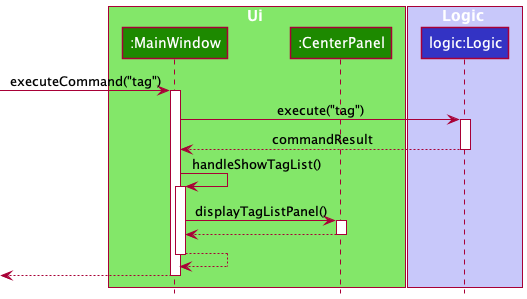
Before: docs/images/ViewTagSequenceDiagramUi.png, a diagram exported from PlantUML (nus-cs2103-AY2122S1/tp). Its diagram source:
```plantuml
@startuml
!include style.puml

box Ui UI_COLOR_T1
participant ":MainWindow" as MainWindow UI_COLOR
participant ":CenterPanel" as CenterPanel UI_COLOR
end box

box Logic LOGIC_COLOR_T1
participant "logic:Logic" as Logic LOGIC_COLOR
end box

[-> MainWindow : executeCommand("tag")
activate MainWindow

MainWindow -> Logic : execute("tag")
activate Logic

Logic --> MainWindow : commandResult
deactivate Logic

MainWindow -> MainWindow : handleShowTagList()
activate MainWindow

MainWindow -> CenterPanel : displayTagListPanel()
activate CenterPanel

CenterPanel --> MainWindow
deactivate CenterPanel

MainWindow --> MainWindow
deactivate MainWindow

[<-- MainWindow
deactivate MainWindow

@enduml
```
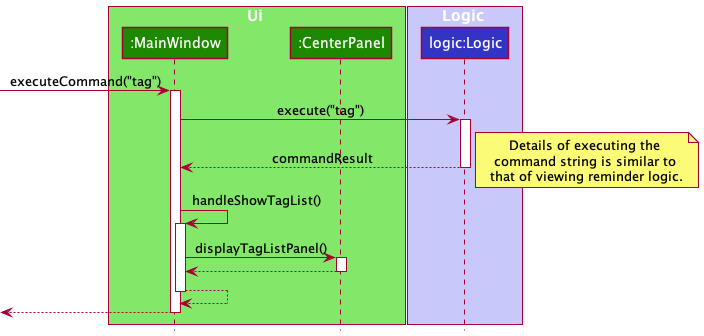
Later version of the same file.

What changed in the source:
```diff
@@ -19,6 +19,12 @@
 Logic --> MainWindow : commandResult
 deactivate Logic
 
+note right
+Details of executing the
+command string is similar to
+that of viewing reminder logic.
+end note
+
 MainWindow -> MainWindow : handleShowTagList()
 activate MainWindow
 
```
